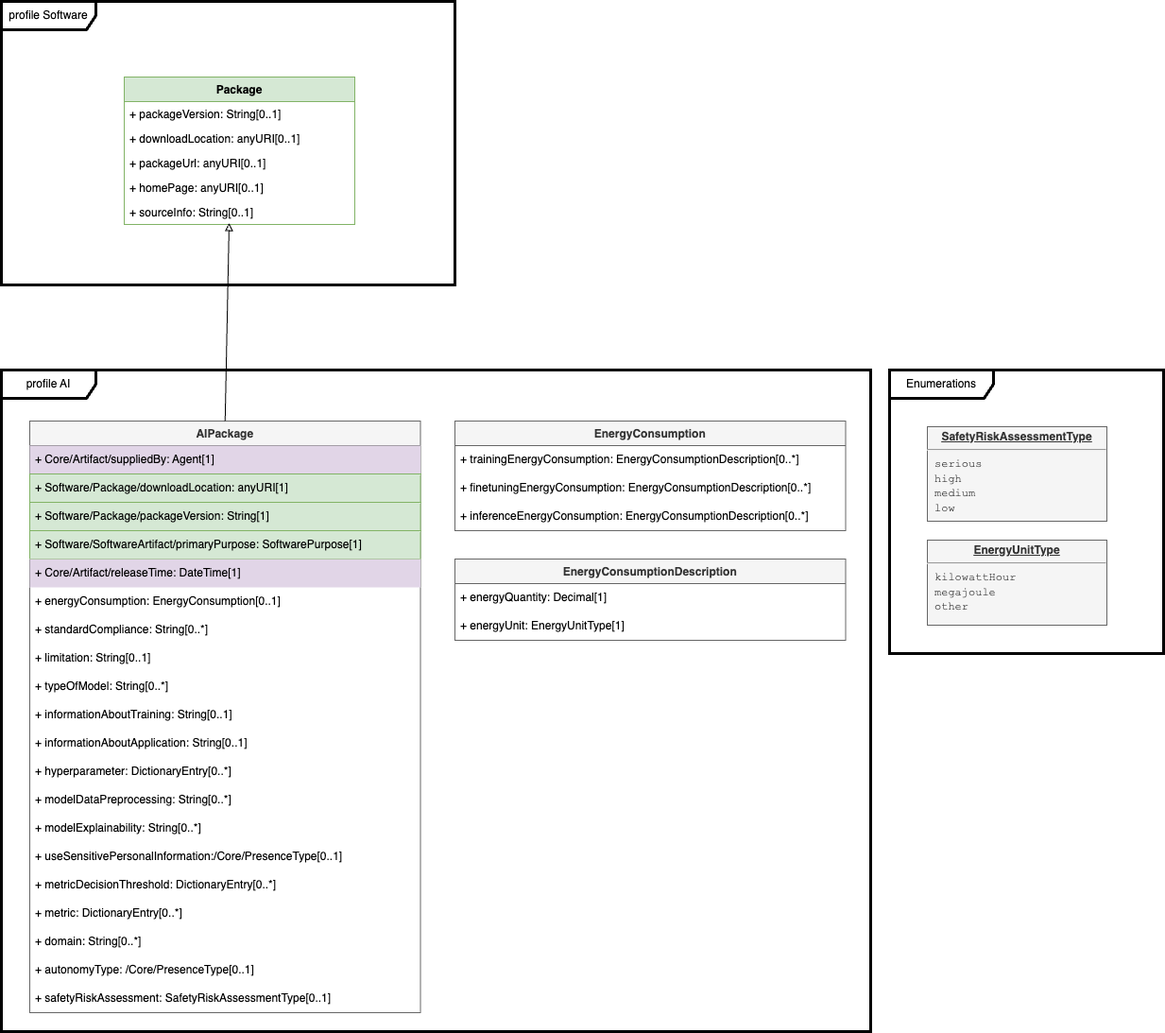
Before: model AI.png, a diagram exported from draw.io (spdx/spdx-3-model). Source tidied: cells renumbered, new cells last; positions are measured from the earlier drawing's top-left corner, leaving out a move shared by most shapes. Source of this version:
```xml
<mxGraphModel>
  <root>
    <mxCell id="0" />
    <mxCell id="1" parent="0" />
    <mxCell id="2" value="profile Software" style="shape=umlFrame;whiteSpace=wrap;html=1;width=100;height=30;strokeWidth=3;" parent="1" vertex="1">
      <mxGeometry width="480" height="300" as="geometry" />
    </mxCell>
    <mxCell id="3" value="Package" style="swimlane;fontStyle=1;horizontal=1;startSize=26;fillColor=#d5e8d4;strokeColor=#82b366;" parent="1" vertex="1">
      <mxGeometry x="130" y="80" width="244" height="156" as="geometry" />
    </mxCell>
    <mxCell id="4" value="+ packageVersion: String[0..1]" style="text;strokeColor=none;fillColor=none;align=left;verticalAlign=top;spacingLeft=4;spacingRight=4;overflow=hidden;" parent="3" vertex="1">
      <mxGeometry y="26" width="244" height="26" as="geometry" />
    </mxCell>
    <mxCell id="5" value="+ downloadLocation: anyURI[0..1]" style="text;strokeColor=none;fillColor=none;align=left;verticalAlign=top;spacingLeft=4;spacingRight=4;overflow=hidden;" parent="3" vertex="1">
      <mxGeometry y="52" width="244" height="26" as="geometry" />
    </mxCell>
    <mxCell id="6" value="+ packageUrl: anyURI[0..1]" style="text;strokeColor=none;fillColor=none;align=left;verticalAlign=top;spacingLeft=4;spacingRight=4;overflow=hidden;" parent="3" vertex="1">
      <mxGeometry y="78" width="244" height="26" as="geometry" />
    </mxCell>
    <mxCell id="7" value="+ homePage: anyURI[0..1]" style="text;strokeColor=none;fillColor=none;align=left;verticalAlign=top;spacingLeft=4;spacingRight=4;overflow=hidden;" parent="3" vertex="1">
      <mxGeometry y="104" width="244" height="26" as="geometry" />
    </mxCell>
    <mxCell id="8" value="+ sourceInfo: String[0..1]" style="text;strokeColor=none;fillColor=none;align=left;verticalAlign=top;spacingLeft=4;spacingRight=4;overflow=hidden;points=[[0,0.5],[1,0.5]];portConstraint=eastwest;" parent="3" vertex="1">
      <mxGeometry y="130" width="244" height="26" as="geometry" />
    </mxCell>
    <mxCell id="9" value="profile AI" style="shape=umlFrame;whiteSpace=wrap;html=1;width=100;height=30;strokeWidth=3;" parent="1" vertex="1">
      <mxGeometry y="390" width="920" height="700" as="geometry" />
    </mxCell>
    <mxCell id="10" value="AIPackage" style="swimlane;fontStyle=1;horizontal=1;startSize=26;fillColor=#f5f5f5;strokeColor=#666666;fontColor=#333333;" parent="1" vertex="1">
      <mxGeometry x="30" y="444" width="413.5" height="626" as="geometry" />
    </mxCell>
    <mxCell id="11" value="+ Core/Artifact/suppliedBy: Agent[1]" style="text;strokeColor=none;fillColor=#E1D5E7;align=left;verticalAlign=middle;spacingLeft=4;spacingRight=4;overflow=hidden;whiteSpace=wrap;html=1;" parent="10" vertex="1">
      <mxGeometry y="26" width="413.5" height="30" as="geometry" />
    </mxCell>
    <mxCell id="12" value="+ Software/Package/downloadLocation: anyURI[1]" style="text;strokeColor=#82b366;fillColor=#d5e8d4;align=left;verticalAlign=middle;spacingLeft=4;spacingRight=4;overflow=hidden;whiteSpace=wrap;html=1;" parent="10" vertex="1">
      <mxGeometry y="56" width="413.5" height="30" as="geometry" />
    </mxCell>
    <mxCell id="13" value="+ Software/Package/packageVersion: String[1]" style="text;strokeColor=#82b366;fillColor=#d5e8d4;align=left;verticalAlign=middle;spacingLeft=4;spacingRight=4;overflow=hidden;whiteSpace=wrap;html=1;" parent="10" vertex="1">
      <mxGeometry y="86" width="413.5" height="30" as="geometry" />
    </mxCell>
    <mxCell id="14" value="+ Software/SoftwareArtifact/primaryPurpose: SoftwarePurpose[1]" style="text;strokeColor=#82b366;fillColor=#d5e8d4;align=left;verticalAlign=middle;spacingLeft=4;spacingRight=4;overflow=hidden;whiteSpace=wrap;html=1;" parent="10" vertex="1">
      <mxGeometry y="116" width="413.5" height="30" as="geometry" />
    </mxCell>
    <mxCell id="15" value="+ Core/Artifact/releaseTime: DateTime[1]" style="text;strokeColor=none;fillColor=#E1D5E7;align=left;verticalAlign=middle;spacingLeft=4;spacingRight=4;overflow=hidden;whiteSpace=wrap;html=1;" parent="10" vertex="1">
      <mxGeometry y="146" width="413.5" height="30" as="geometry" />
    </mxCell>
    <mxCell id="16" value="+ energyConsumption: EnergyConsumption[0..1]" style="text;strokeColor=none;fillColor=none;align=left;verticalAlign=middle;spacingLeft=4;spacingRight=4;overflow=hidden;whiteSpace=wrap;html=1;" parent="10" vertex="1">
      <mxGeometry y="176" width="413.5" height="30" as="geometry" />
    </mxCell>
    <mxCell id="17" value="+ standardCompliance: String[0..*]" style="text;strokeColor=none;fillColor=none;align=left;verticalAlign=middle;spacingLeft=4;spacingRight=4;overflow=hidden;whiteSpace=wrap;html=1;" parent="10" vertex="1">
      <mxGeometry y="206" width="413.5" height="30" as="geometry" />
    </mxCell>
    <mxCell id="18" value="+ limitation: String[0..1]" style="text;strokeColor=none;fillColor=none;align=left;verticalAlign=middle;spacingLeft=4;spacingRight=4;overflow=hidden;whiteSpace=wrap;html=1;" parent="10" vertex="1">
      <mxGeometry y="236" width="413.5" height="30" as="geometry" />
    </mxCell>
    <mxCell id="19" value="+ typeOfModel: String[0..*]" style="text;strokeColor=none;fillColor=none;align=left;verticalAlign=middle;spacingLeft=4;spacingRight=4;overflow=hidden;whiteSpace=wrap;html=1;" parent="10" vertex="1">
      <mxGeometry y="266" width="413.5" height="30" as="geometry" />
    </mxCell>
    <mxCell id="20" value="+ informationAboutTraining: String[0..1]" style="text;strokeColor=none;fillColor=none;align=left;verticalAlign=middle;spacingLeft=4;spacingRight=4;overflow=hidden;whiteSpace=wrap;html=1;" parent="10" vertex="1">
      <mxGeometry y="296" width="413.5" height="30" as="geometry" />
    </mxCell>
    <mxCell id="21" value="+ informationAboutApplication: String[0..1]" style="text;strokeColor=none;fillColor=none;align=left;verticalAlign=middle;spacingLeft=4;spacingRight=4;overflow=hidden;whiteSpace=wrap;html=1;" parent="10" vertex="1">
      <mxGeometry y="326" width="413.5" height="30" as="geometry" />
    </mxCell>
    <mxCell id="22" value="+ hyperparameter: DictionaryEntry[0..*]" style="text;strokeColor=none;fillColor=none;align=left;verticalAlign=middle;spacingLeft=4;spacingRight=4;overflow=hidden;whiteSpace=wrap;html=1;" parent="10" vertex="1">
      <mxGeometry y="356" width="413.5" height="30" as="geometry" />
    </mxCell>
    <mxCell id="23" value="+ modelDataPreprocessing: String[0..*]" style="text;strokeColor=none;fillColor=none;align=left;verticalAlign=middle;spacingLeft=4;spacingRight=4;overflow=hidden;whiteSpace=wrap;html=1;" parent="10" vertex="1">
      <mxGeometry y="386" width="413.5" height="30" as="geometry" />
    </mxCell>
    <mxCell id="24" value="+ modelExplainability: String[0..*]" style="text;strokeColor=none;fillColor=none;align=left;verticalAlign=middle;spacingLeft=4;spacingRight=4;overflow=hidden;whiteSpace=wrap;html=1;" parent="10" vertex="1">
      <mxGeometry y="416" width="413.5" height="30" as="geometry" />
    </mxCell>
    <mxCell id="25" value="+ useSensitivePersonalInformation:/Core/PresenceType[0..1]" style="text;strokeColor=none;fillColor=none;align=left;verticalAlign=middle;spacingLeft=4;spacingRight=4;overflow=hidden;whiteSpace=wrap;html=1;" parent="10" vertex="1">
      <mxGeometry y="446" width="413.5" height="30" as="geometry" />
    </mxCell>
    <mxCell id="26" value="+ metricDecisionThreshold: DictionaryEntry[0..*]" style="text;strokeColor=none;fillColor=none;align=left;verticalAlign=middle;spacingLeft=4;spacingRight=4;overflow=hidden;whiteSpace=wrap;html=1;" parent="10" vertex="1">
      <mxGeometry y="476" width="413.5" height="30" as="geometry" />
    </mxCell>
    <mxCell id="27" value="+ metric: DictionaryEntry[0..*]" style="text;strokeColor=none;fillColor=none;align=left;verticalAlign=middle;spacingLeft=4;spacingRight=4;overflow=hidden;whiteSpace=wrap;html=1;" parent="10" vertex="1">
      <mxGeometry y="506" width="413.5" height="30" as="geometry" />
    </mxCell>
    <mxCell id="28" value="+ domain: String[0..*]" style="text;strokeColor=none;fillColor=none;align=left;verticalAlign=middle;spacingLeft=4;spacingRight=4;overflow=hidden;whiteSpace=wrap;html=1;" parent="10" vertex="1">
      <mxGeometry y="536" width="413.5" height="30" as="geometry" />
    </mxCell>
    <mxCell id="29" value="+ autonomyType: /Core/PresenceType[0..1]" style="text;strokeColor=none;fillColor=none;align=left;verticalAlign=middle;spacingLeft=4;spacingRight=4;overflow=hidden;whiteSpace=wrap;html=1;" parent="10" vertex="1">
      <mxGeometry y="566" width="413.5" height="30" as="geometry" />
    </mxCell>
    <mxCell id="30" value="+ safetyRiskAssessment: SafetyRiskAssessmentType[0..1]" style="text;strokeColor=none;fillColor=none;align=left;verticalAlign=middle;spacingLeft=4;spacingRight=4;overflow=hidden;whiteSpace=wrap;html=1;" parent="10" vertex="1">
      <mxGeometry y="596" width="413.5" height="30" as="geometry" />
    </mxCell>
    <mxCell id="31" style="endArrow=block;html=1;rounded=0;entryX=0.455;entryY=0.942;entryDx=0;entryDy=0;entryPerimeter=0;exitX=0.5;exitY=0;exitDx=0;exitDy=0;endFill=0;" parent="1" edge="1" source="10" target="8">
      <mxGeometry relative="1" as="geometry" />
    </mxCell>
    <mxCell id="32" value="Enumerations" style="shape=umlFrame;whiteSpace=wrap;html=1;width=110;height=30;strokeWidth=3;" parent="1" vertex="1">
      <mxGeometry x="940" y="390" width="290" height="300" as="geometry" />
    </mxCell>
    <mxCell id="33" value="&lt;p style=&quot;margin: 0px ; margin-top: 4px ; text-align: center ; text-decoration: underline&quot;&gt;&lt;b&gt;SafetyRiskAssessmentType&lt;/b&gt;&lt;/p&gt;&lt;hr&gt;&lt;p style=&quot;margin: 0px ; margin-left: 8px&quot;&gt;&lt;font face=&quot;Courier New&quot;&gt;serious&lt;/font&gt;&lt;/p&gt;&lt;p style=&quot;margin: 0px ; margin-left: 8px&quot;&gt;&lt;font face=&quot;Courier New&quot;&gt;high&lt;/font&gt;&lt;/p&gt;&lt;p style=&quot;margin: 0px ; margin-left: 8px&quot;&gt;&lt;font face=&quot;Courier New&quot;&gt;medium&lt;/font&gt;&lt;/p&gt;&lt;p style=&quot;margin: 0px ; margin-left: 8px&quot;&gt;&lt;font face=&quot;Courier New&quot;&gt;low&lt;/font&gt;&lt;/p&gt;" style="verticalAlign=top;align=left;overflow=fill;fontSize=12;fontFamily=Helvetica;html=1;fillColor=#f5f5f5;strokeColor=#666666;fontColor=#333333;" parent="1" vertex="1">
      <mxGeometry x="980" y="450" width="190" height="100" as="geometry" />
    </mxCell>
    <mxCell id="34" value="EnergyConsumption" style="swimlane;fontStyle=1;horizontal=1;startSize=26;fillColor=#f5f5f5;strokeColor=#666666;fontColor=#333333;" parent="1" vertex="1">
      <mxGeometry x="480" y="444" width="413.5" height="116" as="geometry" />
    </mxCell>
    <mxCell id="35" value="+ trainingEnergyConsumption: EnergyConsumptionDescription[0..*]" style="text;strokeColor=none;fillColor=none;align=left;verticalAlign=middle;spacingLeft=4;spacingRight=4;overflow=hidden;whiteSpace=wrap;html=1;" parent="34" vertex="1">
      <mxGeometry y="26" width="413.5" height="30" as="geometry" />
    </mxCell>
    <mxCell id="36" value="+ finetuningEnergyConsumption: EnergyConsumptionDescription[0..*]" style="text;strokeColor=none;fillColor=none;align=left;verticalAlign=middle;spacingLeft=4;spacingRight=4;overflow=hidden;whiteSpace=wrap;html=1;" parent="34" vertex="1">
      <mxGeometry y="56" width="413.5" height="30" as="geometry" />
    </mxCell>
    <mxCell id="37" value="+ inferenceEnergyConsumption: EnergyConsumptionDescription[0..*]" style="text;strokeColor=none;fillColor=none;align=left;verticalAlign=middle;spacingLeft=4;spacingRight=4;overflow=hidden;whiteSpace=wrap;html=1;" parent="34" vertex="1">
      <mxGeometry y="86" width="413.5" height="30" as="geometry" />
    </mxCell>
    <mxCell id="38" value="EnergyConsumptionDescription" style="swimlane;fontStyle=1;horizontal=1;startSize=26;fillColor=#f5f5f5;strokeColor=#666666;fontColor=#333333;" parent="1" vertex="1">
      <mxGeometry x="480" y="590" width="413.5" height="86" as="geometry" />
    </mxCell>
    <mxCell id="39" value="+ energyQuantity: Decimal[1]" style="text;strokeColor=none;fillColor=none;align=left;verticalAlign=middle;spacingLeft=4;spacingRight=4;overflow=hidden;whiteSpace=wrap;html=1;" parent="38" vertex="1">
      <mxGeometry y="26" width="413.5" height="30" as="geometry" />
    </mxCell>
    <mxCell id="40" value="+ energyUnit: EnergyUnitType[1]" style="text;strokeColor=none;fillColor=none;align=left;verticalAlign=middle;spacingLeft=4;spacingRight=4;overflow=hidden;whiteSpace=wrap;html=1;" parent="38" vertex="1">
      <mxGeometry y="56" width="413.5" height="30" as="geometry" />
    </mxCell>
    <mxCell id="41" value="&lt;p style=&quot;margin: 0px ; margin-top: 4px ; text-align: center ; text-decoration: underline&quot;&gt;&lt;b&gt;EnergyUnitType&lt;/b&gt;&lt;/p&gt;&lt;hr&gt;&lt;p style=&quot;margin: 0px ; margin-left: 8px&quot;&gt;&lt;font face=&quot;Courier New&quot;&gt;kilowattHour&lt;/font&gt;&lt;/p&gt;&lt;p style=&quot;margin: 0px ; margin-left: 8px&quot;&gt;&lt;font face=&quot;Courier New&quot;&gt;megajoule&lt;/font&gt;&lt;/p&gt;&lt;p style=&quot;margin: 0px ; margin-left: 8px&quot;&gt;&lt;font face=&quot;Courier New&quot;&gt;other&lt;/font&gt;&lt;/p&gt;" style="verticalAlign=top;align=left;overflow=fill;fontSize=12;fontFamily=Helvetica;html=1;fillColor=#f5f5f5;strokeColor=#666666;fontColor=#333333;" parent="1" vertex="1">
      <mxGeometry x="980" y="570" width="190" height="90" as="geometry" />
    </mxCell>
  </root>
</mxGraphModel>
```
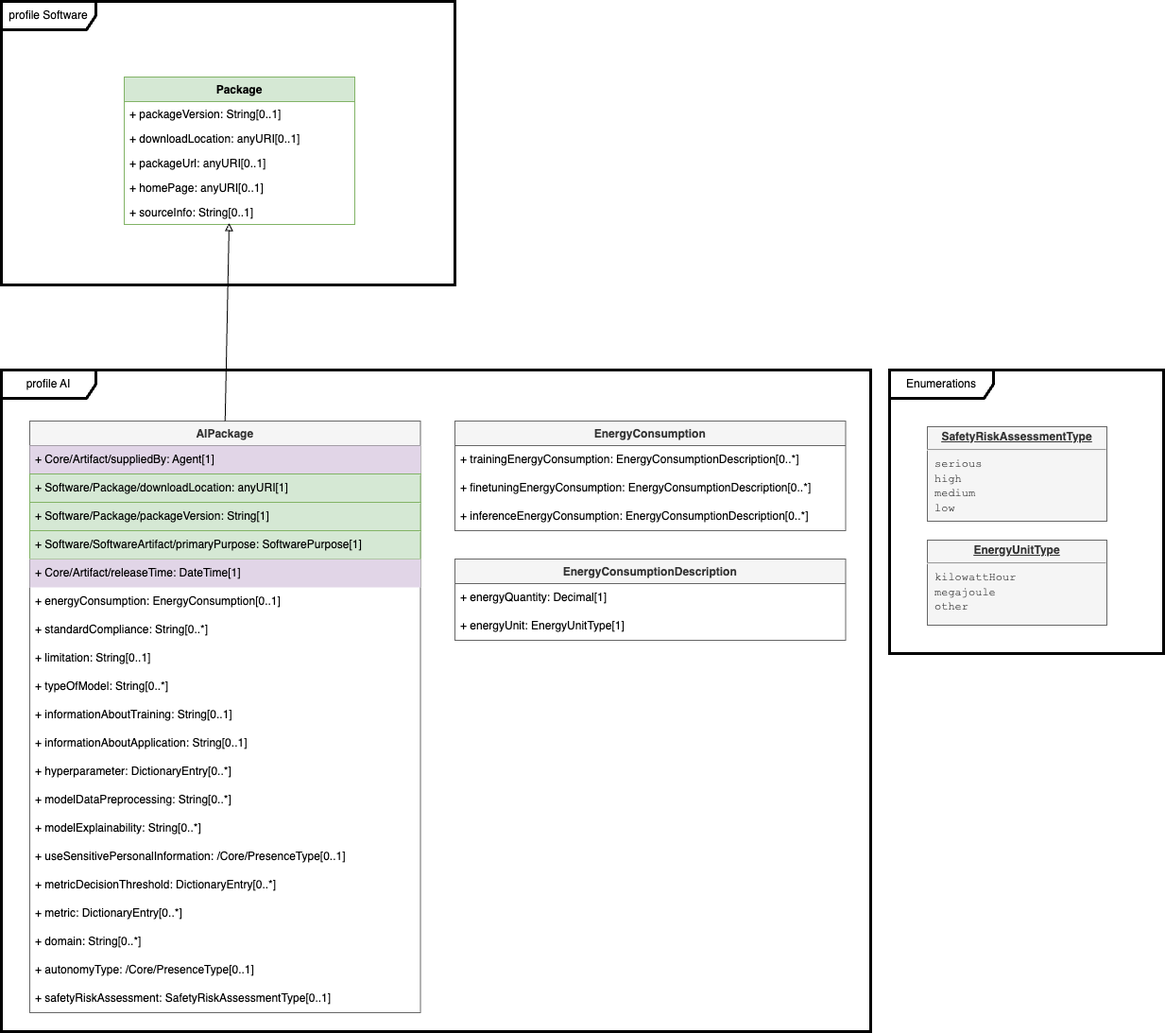
Above is the later version.

What changed in the source:
```diff
@@ -71,7 +71,7 @@
     <mxCell id="24" value="+ modelExplainability: String[0..*]" style="text;strokeColor=none;fillColor=none;align=left;verticalAlign=middle;spacingLeft=4;spacingRight=4;overflow=hidden;whiteSpace=wrap;html=1;" parent="10" vertex="1">
       <mxGeometry y="416" width="413.5" height="30" as="geometry" />
     </mxCell>
-    <mxCell id="25" value="+ useSensitivePersonalInformation:/Core/PresenceType[0..1]" style="text;strokeColor=none;fillColor=none;align=left;verticalAlign=middle;spacingLeft=4;spacingRight=4;overflow=hidden;whiteSpace=wrap;html=1;" parent="10" vertex="1">
+    <mxCell id="25" value="+ useSensitivePersonalInformation: /Core/PresenceType[0..1]" style="text;strokeColor=none;fillColor=none;align=left;verticalAlign=middle;spacingLeft=4;spacingRight=4;overflow=hidden;whiteSpace=wrap;html=1;" parent="10" vertex="1">
       <mxGeometry y="446" width="413.5" height="30" as="geometry" />
     </mxCell>
     <mxCell id="26" value="+ metricDecisionThreshold: DictionaryEntry[0..*]" style="text;strokeColor=none;fillColor=none;align=left;verticalAlign=middle;spacingLeft=4;spacingRight=4;overflow=hidden;whiteSpace=wrap;html=1;" parent="10" vertex="1">
```
